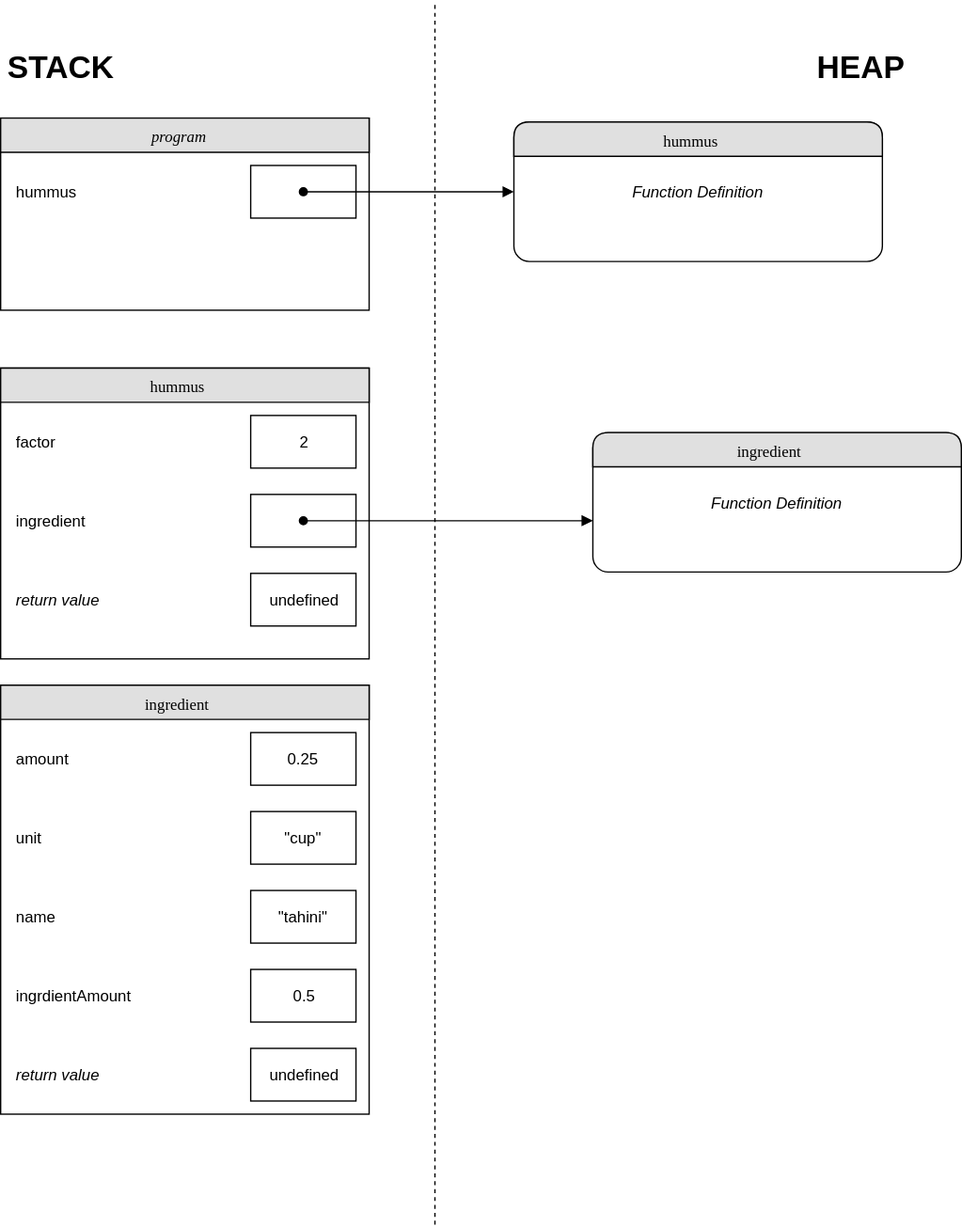
Before: img/memory_model/chap03/hummus.svg, a diagram exported from draw.io (HANICA-DWA/Eloquent-JavaScript). Source tidied: cells renumbered, new cells last; positions are measured from the earlier drawing's top-left corner, leaving out a move shared by most shapes. The source it was exported from:
```xml
<mxGraphModel background="#ffffff">
  <root>
    <mxCell id="0" />
    <mxCell id="1" parent="0" />
    <mxCell id="2" value="&lt;i&gt;program&lt;/i&gt;" style="swimlane;html=1;fontStyle=0;horizontal=1;startSize=26;fillColor=#e0e0e0;swimlaneFillColor=#ffffff;align=center;rounded=0;shadow=0;comic=0;labelBackgroundColor=none;strokeColor=#000000;strokeWidth=1;fontFamily=Verdana;fontSize=12;fontColor=#000000;" parent="1" vertex="1">
      <mxGeometry y="89" width="280" height="146" as="geometry" />
    </mxCell>
    <mxCell id="3" value="hummus" style="rounded=0;whiteSpace=wrap;html=1;strokeColor=none;strokeWidth=1;fillColor=none;align=left;labelPosition=center;verticalLabelPosition=middle;verticalAlign=middle;spacingLeft=10;" parent="2" vertex="1">
      <mxGeometry y="26" width="280" height="60" as="geometry" />
    </mxCell>
    <mxCell id="4" style="rounded=0;whiteSpace=wrap;html=1;strokeColor=#000000;strokeWidth=1;fillColor=none;points=[[0.5,0.5,0]];" parent="3" vertex="1">
      <mxGeometry x="190" y="10" width="80" height="40" as="geometry" />
    </mxCell>
    <mxCell id="5" value="hummus" style="swimlane;html=1;fontStyle=0;horizontal=1;startSize=26;fillColor=#e0e0e0;swimlaneFillColor=#ffffff;align=center;rounded=1;shadow=0;comic=0;labelBackgroundColor=none;strokeColor=#000000;strokeWidth=1;fontFamily=Verdana;fontSize=12;fontColor=#000000;" parent="1" vertex="1">
      <mxGeometry x="390" y="92" width="280" height="106" as="geometry" />
    </mxCell>
    <mxCell id="6" value="&lt;i&gt;Function Definition&lt;br&gt;&lt;/i&gt;" style="text;html=1;strokeColor=none;fillColor=none;align=center;verticalAlign=middle;whiteSpace=wrap;rounded=0;" parent="5" vertex="1">
      <mxGeometry y="26" width="280" height="54" as="geometry" />
    </mxCell>
    <mxCell id="7" style="html=1;exitX=0.5;exitY=0.5;exitPerimeter=0;entryX=0;entryY=0.5;jettySize=auto;rounded=0;startArrow=oval;startFill=1;endArrow=block;endFill=1;" parent="1" edge="1" source="4" target="5">
      <mxGeometry relative="1" as="geometry" />
    </mxCell>
    <mxCell id="8" value="hummus" style="swimlane;html=1;fontStyle=0;horizontal=1;startSize=26;fillColor=#e0e0e0;swimlaneFillColor=#ffffff;align=center;rounded=0;shadow=0;comic=0;labelBackgroundColor=none;strokeColor=#000000;strokeWidth=1;fontFamily=Verdana;fontSize=12;fontColor=#000000;" parent="1" vertex="1">
      <mxGeometry y="279" width="280" height="221" as="geometry" />
    </mxCell>
    <mxCell id="9" value="factor" style="rounded=0;whiteSpace=wrap;html=1;strokeColor=none;strokeWidth=1;fillColor=none;align=left;labelPosition=center;verticalLabelPosition=middle;verticalAlign=middle;spacingLeft=10;" parent="8" vertex="1">
      <mxGeometry y="26" width="280" height="60" as="geometry" />
    </mxCell>
    <mxCell id="10" value="2" style="rounded=0;whiteSpace=wrap;html=1;strokeColor=#000000;strokeWidth=1;fillColor=none;" parent="9" vertex="1">
      <mxGeometry x="190" y="10" width="80" height="40" as="geometry" />
    </mxCell>
    <mxCell id="11" value="ingredient" style="rounded=0;whiteSpace=wrap;html=1;strokeColor=none;strokeWidth=1;fillColor=none;align=left;labelPosition=center;verticalLabelPosition=middle;verticalAlign=middle;spacingLeft=10;" parent="8" vertex="1">
      <mxGeometry y="86" width="280" height="60" as="geometry" />
    </mxCell>
    <mxCell id="12" style="rounded=0;whiteSpace=wrap;html=1;strokeColor=#000000;strokeWidth=1;fillColor=none;points=[[0.5,0.5,0]];" parent="11" vertex="1">
      <mxGeometry x="190" y="10" width="80" height="40" as="geometry" />
    </mxCell>
    <mxCell id="13" value="&lt;i&gt;return value&lt;/i&gt;" style="rounded=0;whiteSpace=wrap;html=1;strokeColor=none;strokeWidth=1;fillColor=none;align=left;labelPosition=center;verticalLabelPosition=middle;verticalAlign=middle;spacingLeft=10;" parent="8" vertex="1">
      <mxGeometry y="146" width="280" height="60" as="geometry" />
    </mxCell>
    <mxCell id="14" value="undefined" style="rounded=0;whiteSpace=wrap;html=1;strokeColor=#000000;strokeWidth=1;fillColor=none;" parent="13" vertex="1">
      <mxGeometry x="190" y="10" width="80" height="40" as="geometry" />
    </mxCell>
    <mxCell id="15" value="&lt;font style=&quot;font-size: 24px&quot;&gt;&lt;b&gt;STACK&lt;/b&gt;&lt;/font&gt;" style="text;html=1;strokeColor=none;fillColor=none;align=center;verticalAlign=middle;whiteSpace=wrap;rounded=0;" parent="1" vertex="1">
      <mxGeometry y="40" width="90" height="20" as="geometry" />
    </mxCell>
    <mxCell id="16" value="&lt;font style=&quot;font-size: 24px&quot;&gt;&lt;b&gt;HEAP&lt;/b&gt;&lt;/font&gt;" style="text;html=1;strokeColor=none;fillColor=none;align=center;verticalAlign=middle;whiteSpace=wrap;rounded=0;" parent="1" vertex="1">
      <mxGeometry x="608" y="40" width="90" height="20" as="geometry" />
    </mxCell>
    <mxCell id="17" style="endArrow=none;dashed=1;html=1;" parent="1" edge="1">
      <mxGeometry relative="1" as="geometry">
        <mxPoint x="330" y="930" as="sourcePoint" />
        <mxPoint x="330" as="targetPoint" />
      </mxGeometry>
    </mxCell>
    <mxCell id="18" value="ingredient" style="swimlane;html=1;fontStyle=0;horizontal=1;startSize=26;fillColor=#e0e0e0;swimlaneFillColor=#ffffff;align=center;rounded=1;shadow=0;comic=0;labelBackgroundColor=none;strokeColor=#000000;strokeWidth=1;fontFamily=Verdana;fontSize=12;fontColor=#000000;" parent="1" vertex="1">
      <mxGeometry x="450" y="328" width="280" height="106" as="geometry" />
    </mxCell>
    <mxCell id="19" value="&lt;i&gt;Function Definition&lt;br&gt;&lt;/i&gt;" style="text;html=1;strokeColor=none;fillColor=none;align=center;verticalAlign=middle;whiteSpace=wrap;rounded=0;" parent="18" vertex="1">
      <mxGeometry y="26" width="280" height="54" as="geometry" />
    </mxCell>
    <mxCell id="20" value="ingredient" style="swimlane;html=1;fontStyle=0;horizontal=1;startSize=26;fillColor=#e0e0e0;swimlaneFillColor=#ffffff;align=center;rounded=0;shadow=0;comic=0;labelBackgroundColor=none;strokeColor=#000000;strokeWidth=1;fontFamily=Verdana;fontSize=12;fontColor=#000000;" parent="1" vertex="1">
      <mxGeometry y="520" width="280" height="326" as="geometry" />
    </mxCell>
    <mxCell id="21" value="amount" style="rounded=0;whiteSpace=wrap;html=1;strokeColor=none;strokeWidth=1;fillColor=none;align=left;labelPosition=center;verticalLabelPosition=middle;verticalAlign=middle;spacingLeft=10;" parent="20" vertex="1">
      <mxGeometry y="26" width="280" height="60" as="geometry" />
    </mxCell>
    <mxCell id="22" value="0.25" style="rounded=0;whiteSpace=wrap;html=1;strokeColor=#000000;strokeWidth=1;fillColor=none;" parent="21" vertex="1">
      <mxGeometry x="190" y="10" width="80" height="40" as="geometry" />
    </mxCell>
    <mxCell id="23" value="unit" style="rounded=0;whiteSpace=wrap;html=1;strokeColor=none;strokeWidth=1;fillColor=none;align=left;labelPosition=center;verticalLabelPosition=middle;verticalAlign=middle;spacingLeft=10;" parent="20" vertex="1">
      <mxGeometry y="86" width="280" height="60" as="geometry" />
    </mxCell>
    <mxCell id="24" value="&quot;cup&quot;" style="rounded=0;whiteSpace=wrap;html=1;strokeColor=#000000;strokeWidth=1;fillColor=none;" parent="23" vertex="1">
      <mxGeometry x="190" y="10" width="80" height="40" as="geometry" />
    </mxCell>
    <mxCell id="25" value="name" style="rounded=0;whiteSpace=wrap;html=1;strokeColor=none;strokeWidth=1;fillColor=none;align=left;labelPosition=center;verticalLabelPosition=middle;verticalAlign=middle;spacingLeft=10;" parent="20" vertex="1">
      <mxGeometry y="146" width="280" height="60" as="geometry" />
    </mxCell>
    <mxCell id="26" value="&quot;tahini&quot;" style="rounded=0;whiteSpace=wrap;html=1;strokeColor=#000000;strokeWidth=1;fillColor=none;" parent="25" vertex="1">
      <mxGeometry x="190" y="10" width="80" height="40" as="geometry" />
    </mxCell>
    <mxCell id="27" value="ingrdientAmount" style="rounded=0;whiteSpace=wrap;html=1;strokeColor=none;strokeWidth=1;fillColor=none;align=left;labelPosition=center;verticalLabelPosition=middle;verticalAlign=middle;spacingLeft=10;" parent="20" vertex="1">
      <mxGeometry y="206" width="280" height="60" as="geometry" />
    </mxCell>
    <mxCell id="28" value="0.5" style="rounded=0;whiteSpace=wrap;html=1;strokeColor=#000000;strokeWidth=1;fillColor=none;" parent="27" vertex="1">
      <mxGeometry x="190" y="10" width="80" height="40" as="geometry" />
    </mxCell>
    <mxCell id="29" value="&lt;i&gt;return value&lt;/i&gt;" style="rounded=0;whiteSpace=wrap;html=1;strokeColor=none;strokeWidth=1;fillColor=none;align=left;labelPosition=center;verticalLabelPosition=middle;verticalAlign=middle;spacingLeft=10;" parent="20" vertex="1">
      <mxGeometry y="266" width="280" height="60" as="geometry" />
    </mxCell>
    <mxCell id="30" value="undefined" style="rounded=0;whiteSpace=wrap;html=1;strokeColor=#000000;strokeWidth=1;fillColor=none;" parent="29" vertex="1">
      <mxGeometry x="190" y="10" width="80" height="40" as="geometry" />
    </mxCell>
    <mxCell id="31" style="html=1;exitX=0.5;exitY=0.5;exitPerimeter=0;entryX=0;entryY=0.75;jettySize=auto;rounded=0;startArrow=oval;startFill=1;endArrow=block;endFill=1;" parent="1" edge="1" source="12" target="19">
      <mxGeometry relative="1" as="geometry" />
    </mxCell>
  </root>
</mxGraphModel>
```
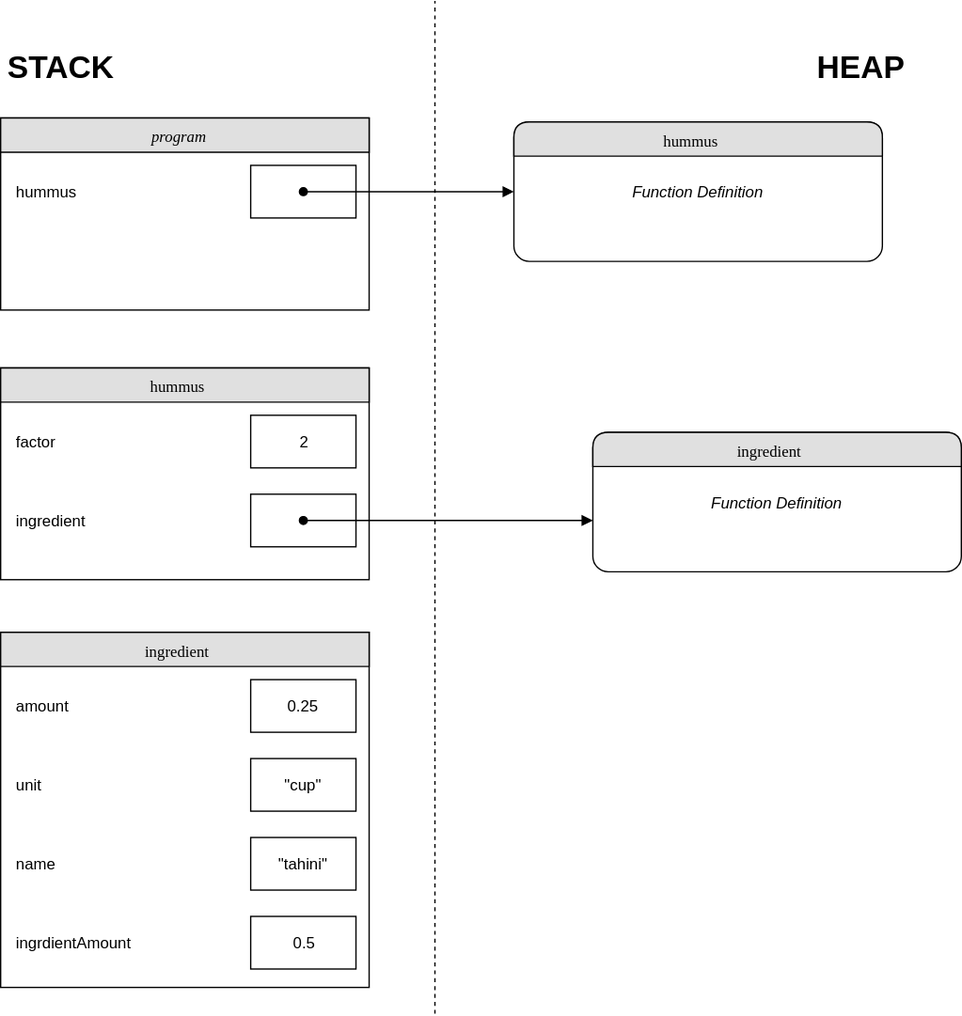
Later version of the same file.

What changed in the source:
```diff
@@ -21,7 +21,7 @@
       <mxGeometry relative="1" as="geometry" />
     </mxCell>
     <mxCell id="8" value="hummus" style="swimlane;html=1;fontStyle=0;horizontal=1;startSize=26;fillColor=#e0e0e0;swimlaneFillColor=#ffffff;align=center;rounded=0;shadow=0;comic=0;labelBackgroundColor=none;strokeColor=#000000;strokeWidth=1;fontFamily=Verdana;fontSize=12;fontColor=#000000;" parent="1" vertex="1">
-      <mxGeometry y="279" width="280" height="221" as="geometry" />
+      <mxGeometry y="279" width="280" height="161" as="geometry" />
     </mxCell>
     <mxCell id="9" value="factor" style="rounded=0;whiteSpace=wrap;html=1;strokeColor=none;strokeWidth=1;fillColor=none;align=left;labelPosition=center;verticalLabelPosition=middle;verticalAlign=middle;spacingLeft=10;" parent="8" vertex="1">
       <mxGeometry y="26" width="280" height="60" as="geometry" />
@@ -35,12 +35,6 @@
     <mxCell id="12" style="rounded=0;whiteSpace=wrap;html=1;strokeColor=#000000;strokeWidth=1;fillColor=none;points=[[0.5,0.5,0]];" parent="11" vertex="1">
       <mxGeometry x="190" y="10" width="80" height="40" as="geometry" />
     </mxCell>
-    <mxCell id="13" value="&lt;i&gt;return value&lt;/i&gt;" style="rounded=0;whiteSpace=wrap;html=1;strokeColor=none;strokeWidth=1;fillColor=none;align=left;labelPosition=center;verticalLabelPosition=middle;verticalAlign=middle;spacingLeft=10;" parent="8" vertex="1">
-      <mxGeometry y="146" width="280" height="60" as="geometry" />
-    </mxCell>
-    <mxCell id="14" value="undefined" style="rounded=0;whiteSpace=wrap;html=1;strokeColor=#000000;strokeWidth=1;fillColor=none;" parent="13" vertex="1">
-      <mxGeometry x="190" y="10" width="80" height="40" as="geometry" />
-    </mxCell>
     <mxCell id="15" value="&lt;font style=&quot;font-size: 24px&quot;&gt;&lt;b&gt;STACK&lt;/b&gt;&lt;/font&gt;" style="text;html=1;strokeColor=none;fillColor=none;align=center;verticalAlign=middle;whiteSpace=wrap;rounded=0;" parent="1" vertex="1">
       <mxGeometry y="40" width="90" height="20" as="geometry" />
     </mxCell>
@@ -49,7 +43,7 @@
     </mxCell>
     <mxCell id="17" style="endArrow=none;dashed=1;html=1;" parent="1" edge="1">
       <mxGeometry relative="1" as="geometry">
-        <mxPoint x="330" y="930" as="sourcePoint" />
+        <mxPoint x="330" y="770" as="sourcePoint" />
         <mxPoint x="330" as="targetPoint" />
       </mxGeometry>
     </mxCell>
@@ -60,7 +54,7 @@
       <mxGeometry y="26" width="280" height="54" as="geometry" />
     </mxCell>
     <mxCell id="20" value="ingredient" style="swimlane;html=1;fontStyle=0;horizontal=1;startSize=26;fillColor=#e0e0e0;swimlaneFillColor=#ffffff;align=center;rounded=0;shadow=0;comic=0;labelBackgroundColor=none;strokeColor=#000000;strokeWidth=1;fontFamily=Verdana;fontSize=12;fontColor=#000000;" parent="1" vertex="1">
-      <mxGeometry y="520" width="280" height="326" as="geometry" />
+      <mxGeometry y="480" width="280" height="270" as="geometry" />
     </mxCell>
     <mxCell id="21" value="amount" style="rounded=0;whiteSpace=wrap;html=1;strokeColor=none;strokeWidth=1;fillColor=none;align=left;labelPosition=center;verticalLabelPosition=middle;verticalAlign=middle;spacingLeft=10;" parent="20" vertex="1">
       <mxGeometry y="26" width="280" height="60" as="geometry" />
@@ -86,12 +80,6 @@
     <mxCell id="28" value="0.5" style="rounded=0;whiteSpace=wrap;html=1;strokeColor=#000000;strokeWidth=1;fillColor=none;" parent="27" vertex="1">
       <mxGeometry x="190" y="10" width="80" height="40" as="geometry" />
     </mxCell>
-    <mxCell id="29" value="&lt;i&gt;return value&lt;/i&gt;" style="rounded=0;whiteSpace=wrap;html=1;strokeColor=none;strokeWidth=1;fillColor=none;align=left;labelPosition=center;verticalLabelPosition=middle;verticalAlign=middle;spacingLeft=10;" parent="20" vertex="1">
-      <mxGeometry y="266" width="280" height="60" as="geometry" />
-    </mxCell>
-    <mxCell id="30" value="undefined" style="rounded=0;whiteSpace=wrap;html=1;strokeColor=#000000;strokeWidth=1;fillColor=none;" parent="29" vertex="1">
-      <mxGeometry x="190" y="10" width="80" height="40" as="geometry" />
-    </mxCell>
     <mxCell id="31" style="html=1;exitX=0.5;exitY=0.5;exitPerimeter=0;entryX=0;entryY=0.75;jettySize=auto;rounded=0;startArrow=oval;startFill=1;endArrow=block;endFill=1;" parent="1" edge="1" source="12" target="19">
       <mxGeometry relative="1" as="geometry" />
     </mxCell>
```
